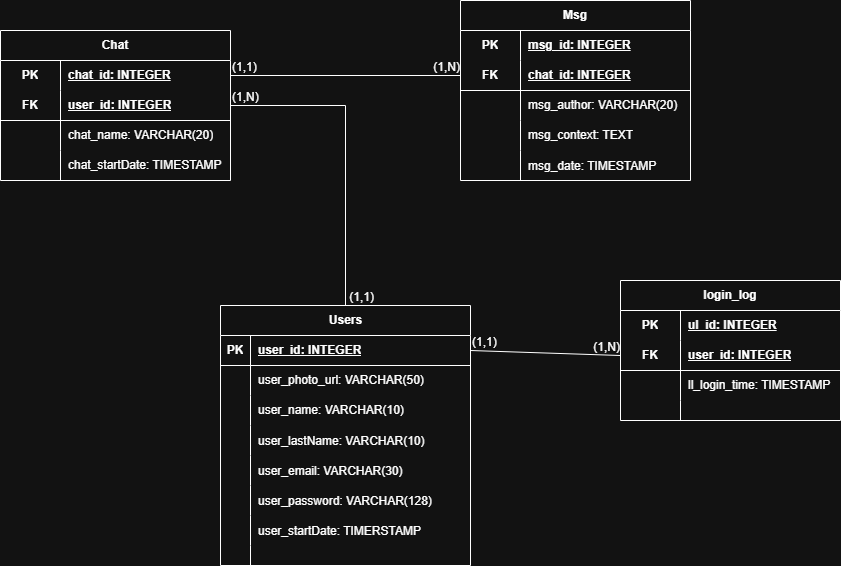
Above: database/logical_model/img/logicModel.png in rodrigueswallace/SysChat (draw.io), before the change. Source tidied: cells renumbered, new cells last; positions are measured from the earlier drawing's top-left corner, leaving out a move shared by most shapes.
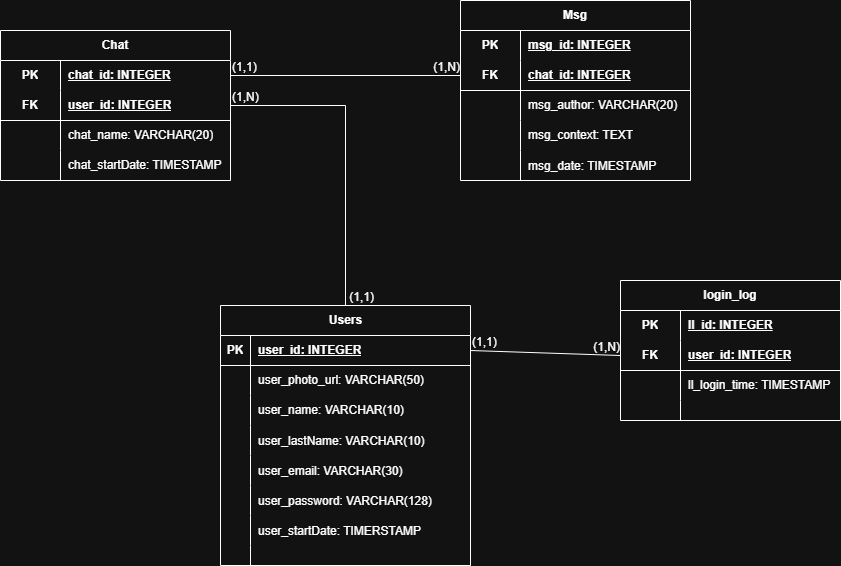
After the commit.

What changed in the source:
```diff
@@ -173,7 +173,7 @@
     <mxCell id="58" value="PK" style="shape=partialRectangle;fillColor=none;top=0;left=0;bottom=0;right=0;fontStyle=1;overflow=hidden;html=1;whiteSpace=wrap;" parent="57" vertex="1">
       <mxGeometry width="60" height="30" as="geometry" />
     </mxCell>
-    <mxCell id="59" value="ul_id: INTEGER" style="shape=partialRectangle;fillColor=none;top=0;left=0;bottom=0;right=0;align=left;spacingLeft=6;fontStyle=5;overflow=hidden;html=1;whiteSpace=wrap;" parent="57" vertex="1">
+    <mxCell id="59" value="ll_id: INTEGER" style="shape=partialRectangle;fillColor=none;top=0;left=0;bottom=0;right=0;align=left;spacingLeft=6;fontStyle=5;overflow=hidden;html=1;whiteSpace=wrap;" parent="57" vertex="1">
       <mxGeometry x="60" width="160" height="30" as="geometry" />
     </mxCell>
     <mxCell id="60" style="shape=tableRow;horizontal=0;startSize=0;swimlaneHead=0;swimlaneBody=0;fillColor=none;points=[[0,0.5],[1,0.5]];portConstraint=eastwest;top=0;left=0;right=0;bottom=1;html=1;" parent="56" vertex="1">
```
